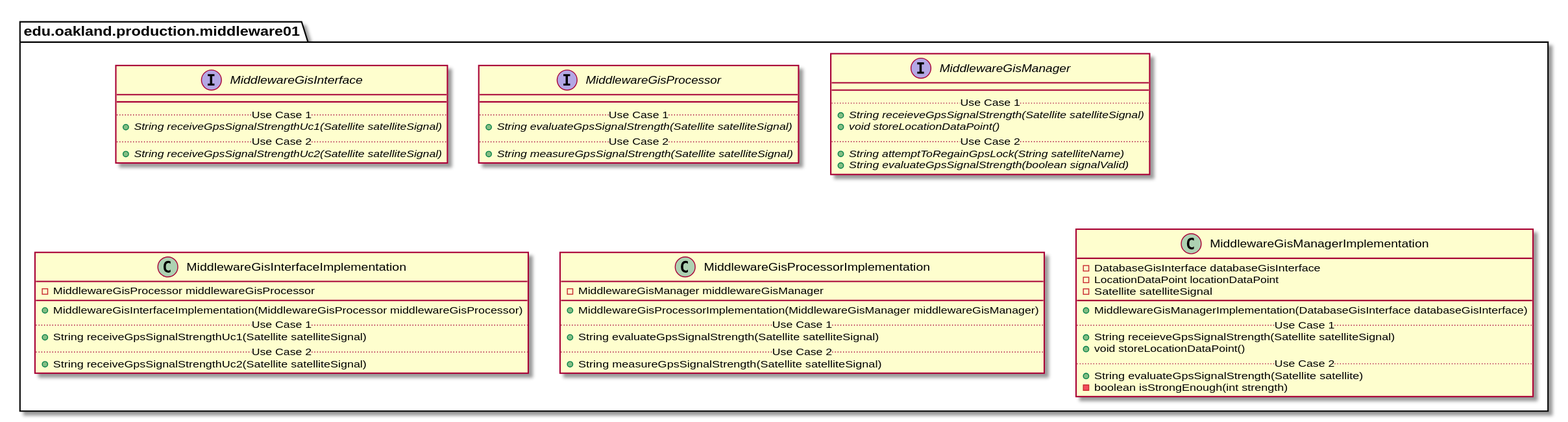
The PlantUML diagram docs/uml-class-diagrams/middleware01/production/Middleware01ProductionPackage.svg in andrewdimmer/csi-3370-software-project, before a commit.
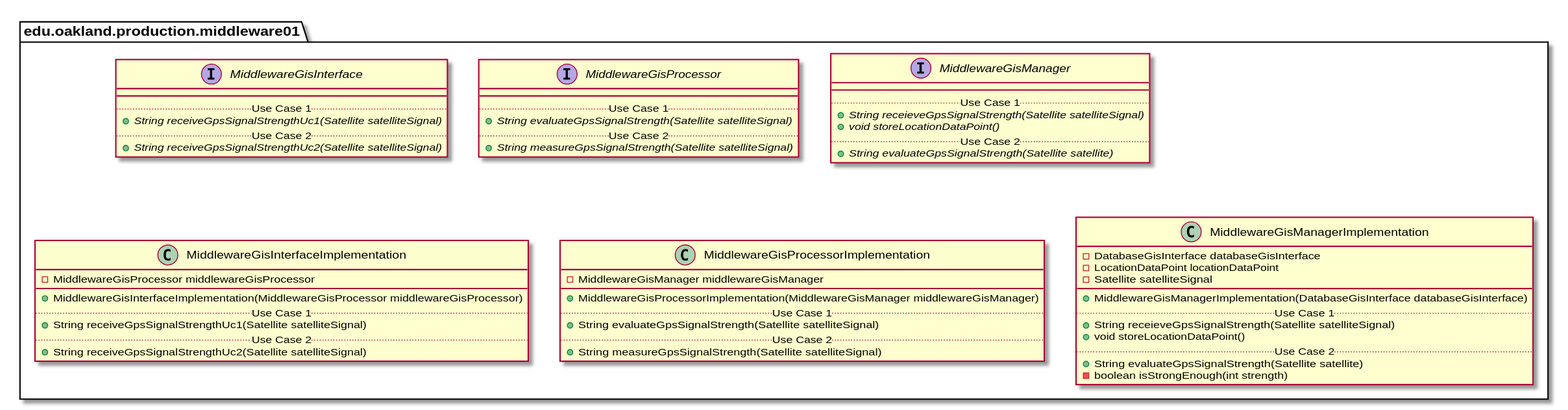
After the commit.

Diff of the diagram source:
```diff
@@ -34,8 +34,7 @@
         {abstract} + String receieveGpsSignalStrength(Satellite satelliteSignal)
         {abstract} + void storeLocationDataPoint()
         .. Use Case 2 ..
-        {abstract} + String attemptToRegainGpsLock(String satelliteName)
-        {abstract} + String evaluateGpsSignalStrength(boolean signalValid)
+        {abstract} + String evaluateGpsSignalStrength(Satellite satellite)
     }
 }
 
```
